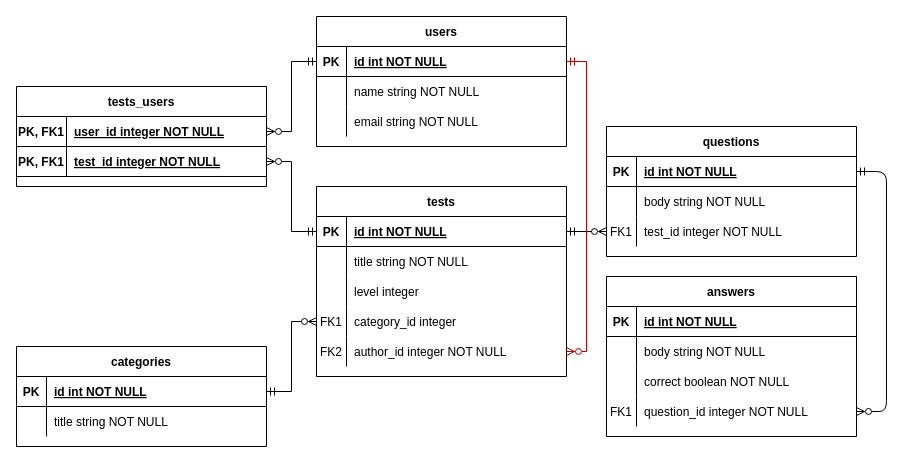
This is Test_Guru.drawio from Alyona-GS/Test_Guru, a draw.io file, before an edit. Source tidied: cells renumbered, new cells numbered last; positions are measured from the earlier drawing's top-left corner, leaving out a move shared by most shapes. Both pictures are drawn from the tidied source at 100%, with x=0, y=0 at pixel (16, 16).
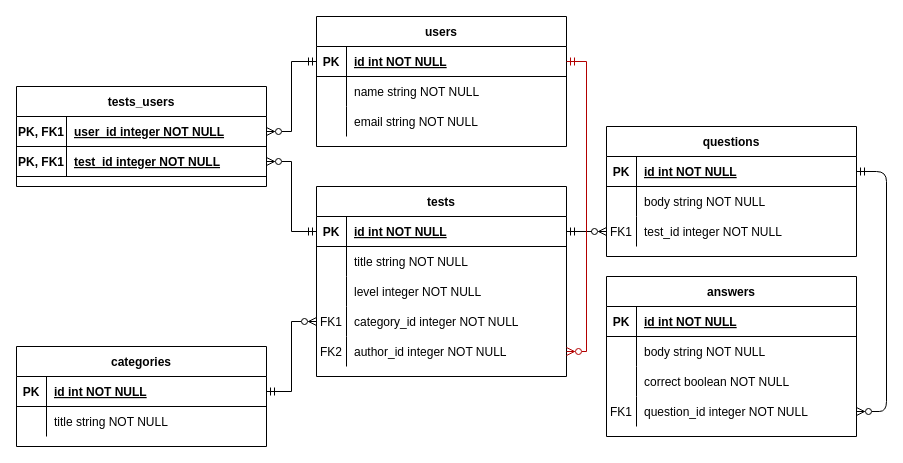
The same page after the edit.

The change refers to these unchanged cells:
```xml
<mxCell id="41" style="shape=partialRectangle;fillColor=none;top=0;left=0;right=0;bottom=0;" parent="34" vertex="1">
  <mxGeometry y="90" width="250" height="30" as="geometry" />
</mxCell>
<mxCell id="44" style="shape=partialRectangle;fillColor=none;points=[[0,0.5],[1,0.5]];portConstraint=eastwest;top=0;left=0;right=0;bottom=0;" parent="34" vertex="1">
  <mxGeometry y="120" width="250" height="30" as="geometry" />
</mxCell>
```

Diff of the diagram source:
```diff
@@
-    <mxCell id="43" value="level integer" style="shape=partialRectangle;overflow=hidden;fillColor=none;top=0;left=0;bottom=0;right=0;align=left;spacingLeft=6;" parent="41" vertex="1">
+    <mxCell id="43" value="level integer NOT NULL" style="shape=partialRectangle;overflow=hidden;fillColor=none;top=0;left=0;bottom=0;right=0;align=left;spacingLeft=6;" parent="41" vertex="1">
       <mxGeometry x="30" width="220" height="30" as="geometry" />
     </mxCell>
@@
-    <mxCell id="46" value="category_id integer" style="shape=partialRectangle;overflow=hidden;fillColor=none;top=0;left=0;bottom=0;right=0;align=left;spacingLeft=6;" parent="44" vertex="1">
+    <mxCell id="46" value="category_id integer NOT NULL" style="shape=partialRectangle;overflow=hidden;fillColor=none;top=0;left=0;bottom=0;right=0;align=left;spacingLeft=6;" parent="44" vertex="1">
       <mxGeometry x="30" width="220" height="30" as="geometry" />
     </mxCell>
```
